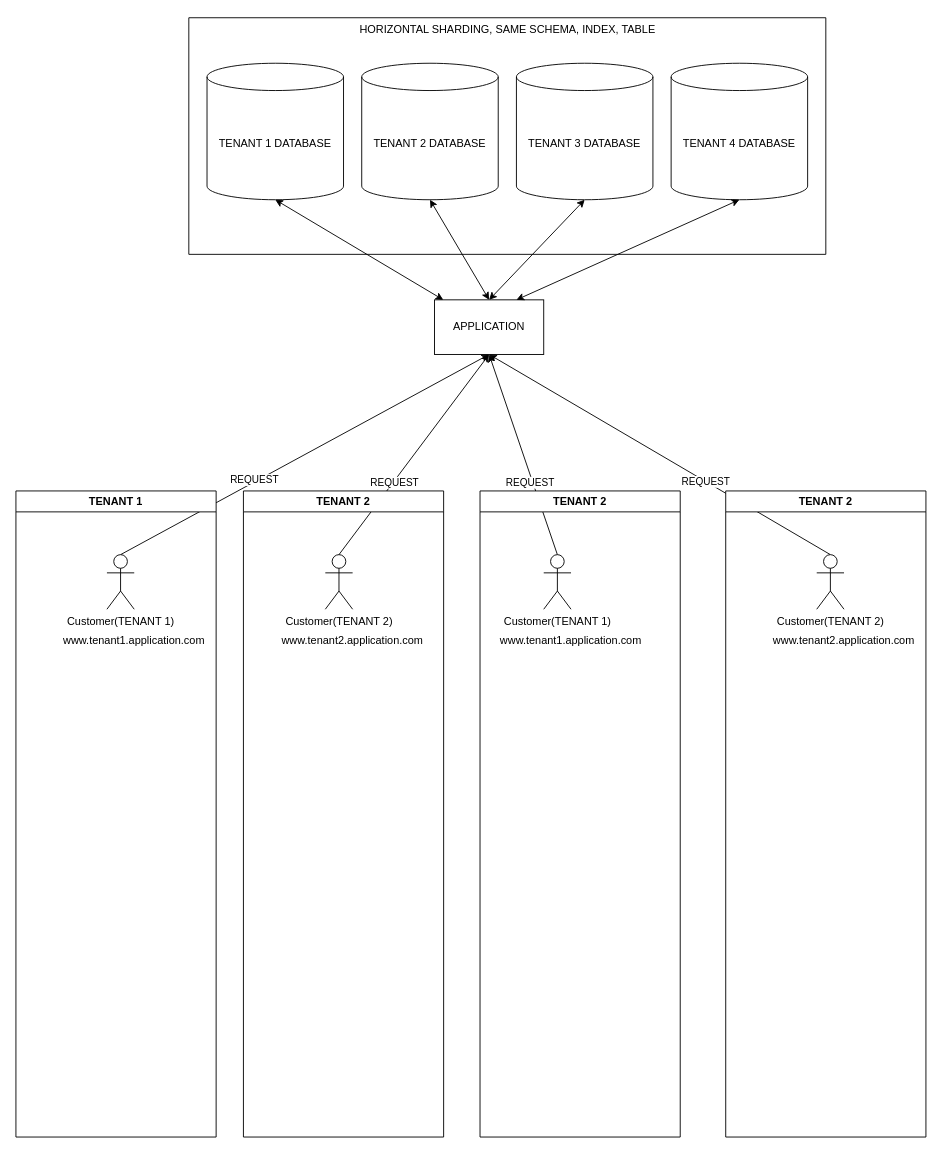
Earlier version of the draw.io diagram postgre/multitenancy/multitenant_application.drawio (MusaAbdillah/article). Source tidied: cells renumbered, new cells numbered last; positions are measured from the earlier drawing's top-left corner, leaving out a move shared by most shapes. Both pictures are drawn from the tidied source at 91%, with x=0, y=0 at pixel (15, 15).
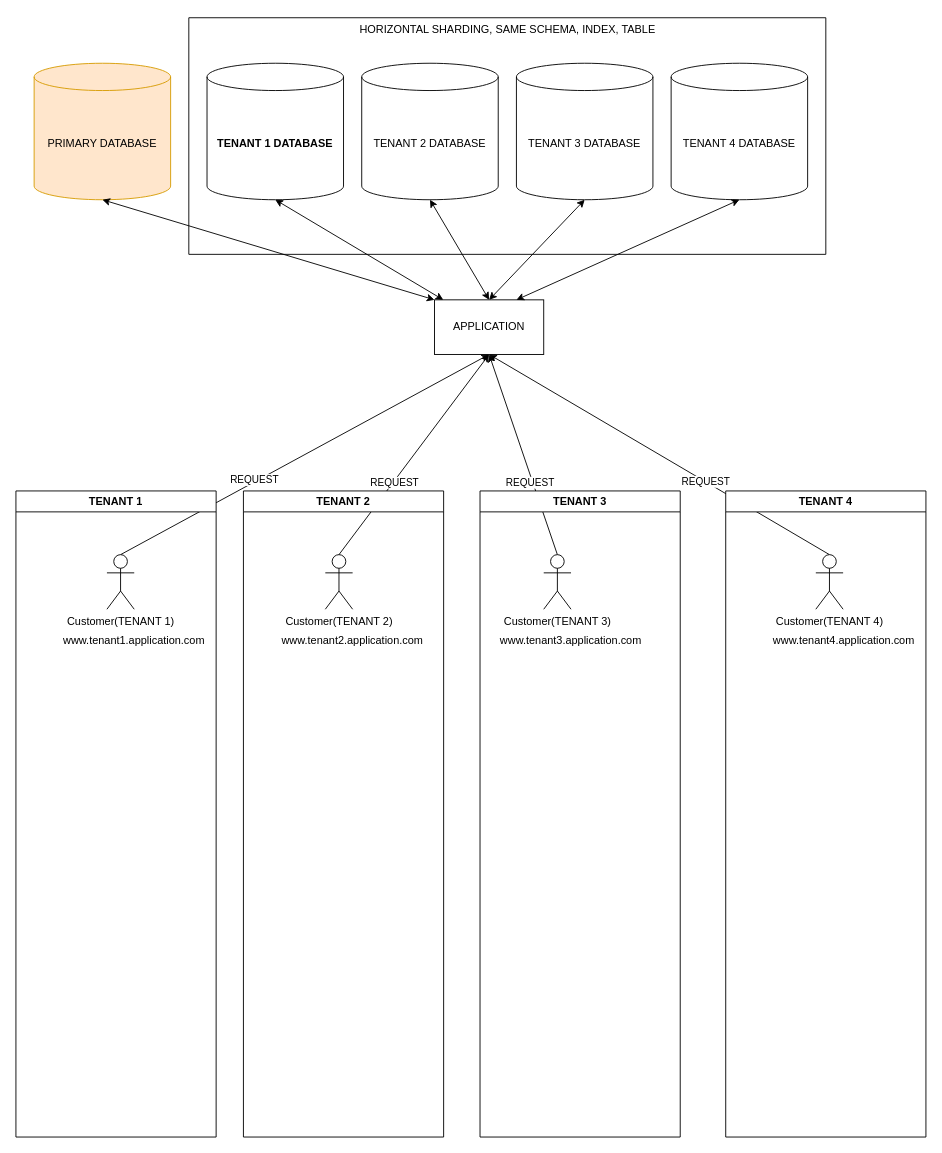
Above is the later version.

Commit message:
multitenancy update diagram

Unchanged cells that the change refers to:
```xml
<mxCell id="6" value="APPLICATION" style="rounded=0;whiteSpace=wrap;html=1;" parent="1" vertex="1">
  <mxGeometry x="460" y="312" width="120" height="60" as="geometry" />
</mxCell>
```

The edit, as a diff of the source:
```diff
@@
-    <mxCell id="2" value="TENANT 1 DATABASE" style="shape=cylinder3;whiteSpace=wrap;html=1;boundedLbl=1;backgroundOutline=1;size=15;" parent="1" vertex="1">
+    <mxCell id="2" value="TENANT 1 DATABASE" style="shape=cylinder3;whiteSpace=wrap;html=1;boundedLbl=1;backgroundOutline=1;size=15;fontStyle=1;" parent="1" vertex="1">
       <mxGeometry x="210" y="52" width="150" height="150" as="geometry" />
     </mxCell>
@@
-    <mxCell id="27" value="TENANT 2" style="swimlane;whiteSpace=wrap;html=1;" parent="1" vertex="1">
+    <mxCell id="27" value="TENANT 3" style="swimlane;whiteSpace=wrap;html=1;" parent="1" vertex="1">
       <mxGeometry x="510" y="522" width="220" height="710" as="geometry" />
     </mxCell>
-    <mxCell id="28" value="Customer(TENANT 1)" style="shape=umlActor;verticalLabelPosition=bottom;verticalAlign=top;html=1;outlineConnect=0;" parent="27" vertex="1">
+    <mxCell id="28" value="Customer(TENANT 3)" style="shape=umlActor;verticalLabelPosition=bottom;verticalAlign=top;html=1;outlineConnect=0;" parent="27" vertex="1">
       <mxGeometry x="70" y="70" width="30" height="60" as="geometry" />
     </mxCell>
-    <mxCell id="29" value="www.tenant1.application.com" style="text;html=1;align=center;verticalAlign=middle;whiteSpace=wrap;rounded=0;" parent="27" vertex="1">
+    <mxCell id="29" value="www.tenant3.application.com" style="text;html=1;align=center;verticalAlign=middle;whiteSpace=wrap;rounded=0;" parent="27" vertex="1">
       <mxGeometry x="70" y="150" width="60" height="30" as="geometry" />
     </mxCell>
-    <mxCell id="30" value="TENANT 2" style="swimlane;whiteSpace=wrap;html=1;" parent="1" vertex="1">
+    <mxCell id="30" value="TENANT 4" style="swimlane;whiteSpace=wrap;html=1;" parent="1" vertex="1">
       <mxGeometry x="780" y="522" width="220" height="710" as="geometry" />
     </mxCell>
-    <mxCell id="31" value="Customer(TENANT 2)" style="shape=umlActor;verticalLabelPosition=bottom;verticalAlign=top;html=1;outlineConnect=0;" parent="30" vertex="1">
-      <mxGeometry x="100" y="70" width="30" height="60" as="geometry" />
+    <mxCell id="31" value="Customer(TENANT 4)" style="shape=umlActor;verticalLabelPosition=bottom;verticalAlign=top;html=1;outlineConnect=0;" parent="30" vertex="1">
+      <mxGeometry x="99" y="70" width="30" height="60" as="geometry" />
     </mxCell>
-    <mxCell id="32" value="www.tenant2.application.com" style="text;html=1;align=center;verticalAlign=middle;whiteSpace=wrap;rounded=0;" parent="30" vertex="1">
+    <mxCell id="32" value="www.tenant4.application.com" style="text;html=1;align=center;verticalAlign=middle;whiteSpace=wrap;rounded=0;" parent="30" vertex="1">
       <mxGeometry x="100" y="150" width="60" height="30" as="geometry" />
     </mxCell>
+    <mxCell id="33" value="PRIMARY DATABASE" style="shape=cylinder3;whiteSpace=wrap;html=1;boundedLbl=1;backgroundOutline=1;size=15;fillColor=#ffe6cc;strokeColor=#d79b00;" parent="1" vertex="1">
+      <mxGeometry x="20" y="52" width="150" height="150" as="geometry" />
+    </mxCell>
+    <mxCell id="34" style="endArrow=classic;startArrow=classic;html=1;rounded=0;entryX=0.5;entryY=1;entryDx=0;entryDy=0;entryPerimeter=0;exitX=0;exitY=0;exitDx=0;exitDy=0;" parent="1" edge="1" source="6" target="33">
+      <mxGeometry relative="1" as="geometry" />
+    </mxCell>
```
